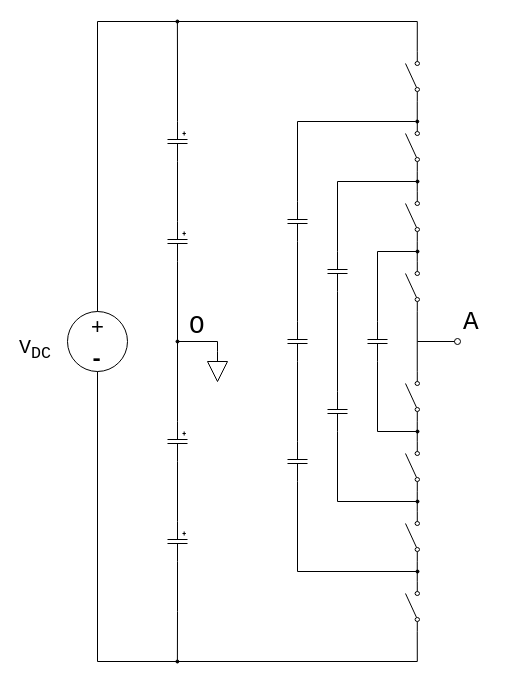
Before: DCMI.drawio in thece36/drawio, a draw.io diagram. Source tidied: cells renumbered, new cells numbered last; positions are measured from the earlier drawing's top-left corner, leaving out a move shared by most shapes. Both pictures are drawn from the tidied source at 100%, with x=0, y=0 at pixel (17, 21).
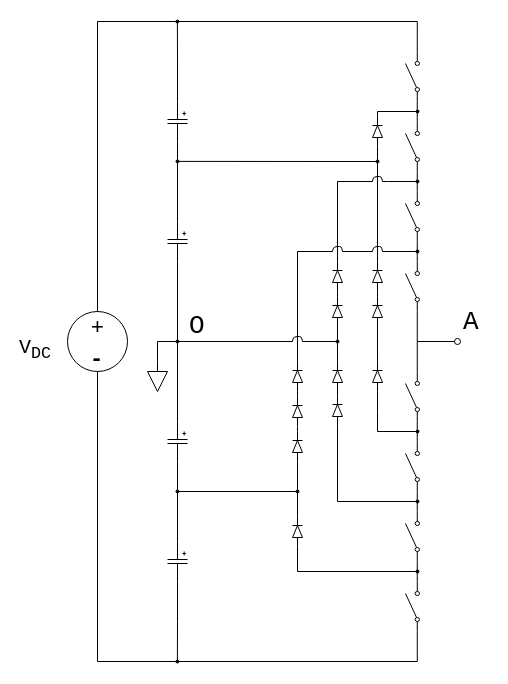
After the change.

Unchanged cells that the change refers to:
```xml
<mxCell id="9" style="verticalLabelPosition=bottom;shadow=0;dashed=0;align=center;fillColor=#ffffff;html=1;verticalAlign=top;strokeWidth=1;shape=mxgraph.electrical.electro-mechanical.simple_switch;direction=north;" parent="1" vertex="1">
  <mxGeometry x="388" y="100" width="14" height="50" as="geometry" />
</mxCell>
```

What changed in the source:
```diff
@@
     <mxCell id="23" style="verticalLabelPosition=bottom;shadow=0;dashed=0;align=center;fillColor=#ffffff;html=1;verticalAlign=top;strokeWidth=1;shape=mxgraph.electrical.capacitors.capacitor_5;direction=south;" parent="1" vertex="1">
-      <mxGeometry x="150" y="100" width="20" height="40" as="geometry" />
+      <mxGeometry x="150" y="80" width="20" height="40" as="geometry" />
     </mxCell>
@@
     <mxCell id="28" style="verticalLabelPosition=bottom;shadow=0;dashed=0;align=center;fillColor=#ffffff;html=1;verticalAlign=top;strokeWidth=1;shape=mxgraph.electrical.capacitors.capacitor_5;direction=south;" parent="1" vertex="1">
-      <mxGeometry x="150" y="500" width="20" height="40" as="geometry" />
+      <mxGeometry x="150" y="520" width="20" height="40" as="geometry" />
     </mxCell>
@@
-    <mxCell id="31" style="edgeStyle=orthogonalEdgeStyle;rounded=0;jettySize=auto;html=1;exitX=0;exitY=0.5;exitDx=0;exitDy=0;exitPerimeter=0;endArrow=oval;endFill=1;endSize=3;" parent="1" edge="1" source="33">
+    <mxCell id="31" style="edgeStyle=orthogonalEdgeStyle;rounded=0;orthogonalLoop=1;jettySize=auto;html=1;endArrow=oval;endFill=1;endSize=3;" parent="1" edge="1">
       <mxGeometry relative="1" as="geometry">
+        <mxPoint x="365" y="230" as="sourcePoint" />
         <mxPoint x="400" y="230" as="targetPoint" />
         <Array as="points">
-          <mxPoint x="360" y="230" />
+          <mxPoint x="365" y="230" />
         </Array>
       </mxGeometry>
     </mxCell>
-    <mxCell id="32" style="edgeStyle=orthogonalEdgeStyle;rounded=0;jettySize=auto;html=1;exitX=1;exitY=0.5;exitDx=0;exitDy=0;exitPerimeter=0;endArrow=oval;endFill=1;endSize=3;" parent="1" edge="1" source="33">
+    <mxCell id="32" style="edgeStyle=orthogonalEdgeStyle;rounded=0;orthogonalLoop=1;jettySize=auto;html=1;endArrow=oval;endFill=1;endSize=3;" parent="1" edge="1">
       <mxGeometry relative="1" as="geometry">
+        <mxPoint x="360" y="390" as="sourcePoint" />
         <mxPoint x="400" y="410" as="targetPoint" />
         <Array as="points">
           <mxPoint x="360" y="410" />
         </Array>
       </mxGeometry>
     </mxCell>
-    <mxCell id="33" style="verticalLabelPosition=bottom;shadow=0;dashed=0;align=center;fillColor=#ffffff;html=1;verticalAlign=top;strokeWidth=1;shape=mxgraph.electrical.capacitors.capacitor_1;direction=south;" parent="1" vertex="1">
-      <mxGeometry x="350" y="300" width="20" height="40" as="geometry" />
-    </mxCell>
@@
     <mxCell id="35" style="edgeStyle=orthogonalEdgeStyle;rounded=0;jettySize=auto;html=1;exitX=0.5;exitY=0;exitDx=0;exitDy=0;exitPerimeter=0;endArrow=oval;endFill=1;endSize=3;" parent="1" edge="1" source="36">
       <mxGeometry relative="1" as="geometry">
         <mxPoint x="160" y="320" as="targetPoint" />
         <Array as="points">
-          <mxPoint x="200" y="320" />
+          <mxPoint x="140" y="320" />
         </Array>
       </mxGeometry>
     </mxCell>
     <mxCell id="36" style="verticalLabelPosition=bottom;shadow=0;dashed=0;align=center;fillColor=#ffffff;html=1;verticalAlign=top;strokeWidth=1;shape=mxgraph.electrical.signal_sources.signal_ground;" parent="1" vertex="1">
-      <mxGeometry x="190" y="330" width="20" height="30" as="geometry" />
+      <mxGeometry x="130" y="340" width="20" height="30" as="geometry" />
     </mxCell>
-    <mxCell id="37" style="edgeStyle=orthogonalEdgeStyle;rounded=0;jettySize=auto;html=1;exitX=0;exitY=0.5;exitDx=0;exitDy=0;exitPerimeter=0;endArrow=oval;endFill=1;endSize=3;" parent="1" edge="1" source="38">
+    <mxCell id="37" style="edgeStyle=orthogonalEdgeStyle;rounded=0;orthogonalLoop=1;jettySize=auto;html=1;endArrow=oval;endFill=1;endSize=3;" parent="1" edge="1">
       <mxGeometry relative="1" as="geometry">
+        <mxPoint x="365" y="160" as="sourcePoint" />
         <mxPoint x="400" y="160" as="targetPoint" />
         <Array as="points">
-          <mxPoint x="320" y="160" />
+          <mxPoint x="370" y="160" />
         </Array>
       </mxGeometry>
     </mxCell>
-    <mxCell id="38" style="verticalLabelPosition=bottom;shadow=0;dashed=0;align=center;fillColor=#ffffff;html=1;verticalAlign=top;strokeWidth=1;shape=mxgraph.electrical.capacitors.capacitor_1;direction=south;" parent="1" vertex="1">
-      <mxGeometry x="310" y="230" width="20" height="40" as="geometry" />
-    </mxCell>
-    <mxCell id="39" style="edgeStyle=orthogonalEdgeStyle;rounded=0;jettySize=auto;html=1;exitX=1;exitY=0.5;exitDx=0;exitDy=0;exitPerimeter=0;endArrow=oval;endFill=1;endSize=3;" parent="1" edge="1" source="41">
+    <mxCell id="39" style="edgeStyle=orthogonalEdgeStyle;rounded=0;jettySize=auto;html=1;endArrow=oval;endFill=1;endSize=3;exitX=0;exitY=0.5;exitDx=0;exitDy=0;exitPerimeter=0;" parent="1" edge="1" source="70">
       <mxGeometry relative="1" as="geometry">
         <mxPoint x="400" y="480" as="targetPoint" />
         <Array as="points">
           <mxPoint x="320" y="480" />
         </Array>
       </mxGeometry>
     </mxCell>
-    <mxCell id="40" style="edgeStyle=orthogonalEdgeStyle;rounded=0;jettySize=auto;html=1;exitX=0;exitY=0.5;exitDx=0;exitDy=0;exitPerimeter=0;entryX=1;entryY=0.5;entryDx=0;entryDy=0;entryPerimeter=0;endArrow=none;endFill=0;endSize=3;" parent="1" edge="1" source="41" target="38">
-      <mxGeometry relative="1" as="geometry" />
-    </mxCell>
-    <mxCell id="41" style="verticalLabelPosition=bottom;shadow=0;dashed=0;align=center;fillColor=#ffffff;html=1;verticalAlign=top;strokeWidth=1;shape=mxgraph.electrical.capacitors.capacitor_1;direction=south;" parent="1" vertex="1">
-      <mxGeometry x="310" y="370" width="20" height="40" as="geometry" />
-    </mxCell>
-    <mxCell id="42" style="edgeStyle=orthogonalEdgeStyle;rounded=0;jettySize=auto;html=1;exitX=1;exitY=0.5;exitDx=0;exitDy=0;exitPerimeter=0;entryX=0;entryY=0.5;entryDx=0;entryDy=0;entryPerimeter=0;endArrow=none;endFill=0;endSize=3;" parent="1" edge="1" source="43" target="48">
-      <mxGeometry relative="1" as="geometry" />
-    </mxCell>
-    <mxCell id="43" style="verticalLabelPosition=bottom;shadow=0;dashed=0;align=center;fillColor=#ffffff;html=1;verticalAlign=top;strokeWidth=1;shape=mxgraph.electrical.capacitors.capacitor_1;direction=south;" parent="1" vertex="1">
-      <mxGeometry x="270" y="300" width="20" height="40" as="geometry" />
-    </mxCell>
-    <mxCell id="44" style="edgeStyle=orthogonalEdgeStyle;rounded=0;jettySize=auto;html=1;exitX=0;exitY=0.5;exitDx=0;exitDy=0;exitPerimeter=0;entryX=1;entryY=0.84;entryDx=0;entryDy=0;entryPerimeter=0;endArrow=oval;endFill=1;endSize=3;" parent="1" edge="1" source="46" target="9">
+    <mxCell id="44" style="edgeStyle=orthogonalEdgeStyle;rounded=0;jettySize=auto;html=1;endArrow=oval;endFill=1;endSize=3;exitX=1;exitY=0.5;exitDx=0;exitDy=0;exitPerimeter=0;" parent="1" edge="1" source="53">
       <mxGeometry relative="1" as="geometry">
+        <mxPoint x="400" y="90" as="targetPoint" />
         <Array as="points">
-          <mxPoint x="280" y="100" />
+          <mxPoint x="360" y="90" />
+          <mxPoint x="400" y="90" />
         </Array>
       </mxGeometry>
     </mxCell>
-    <mxCell id="45" style="edgeStyle=orthogonalEdgeStyle;rounded=0;jettySize=auto;html=1;exitX=1;exitY=0.5;exitDx=0;exitDy=0;exitPerimeter=0;entryX=0;entryY=0.5;entryDx=0;entryDy=0;entryPerimeter=0;endArrow=none;endFill=0;endSize=3;" parent="1" edge="1" source="46" target="43">
-      <mxGeometry relative="1" as="geometry" />
-    </mxCell>
-    <mxCell id="46" style="verticalLabelPosition=bottom;shadow=0;dashed=0;align=center;fillColor=#ffffff;html=1;verticalAlign=top;strokeWidth=1;shape=mxgraph.electrical.capacitors.capacitor_1;direction=south;" parent="1" vertex="1">
-      <mxGeometry x="270" y="180" width="20" height="40" as="geometry" />
-    </mxCell>
-    <mxCell id="47" style="edgeStyle=orthogonalEdgeStyle;rounded=0;jettySize=auto;html=1;exitX=1;exitY=0.5;exitDx=0;exitDy=0;exitPerimeter=0;endArrow=oval;endFill=1;endSize=3;" parent="1" edge="1" source="48">
+    <mxCell id="47" style="edgeStyle=orthogonalEdgeStyle;rounded=0;jettySize=auto;html=1;endArrow=oval;endFill=1;endSize=3;exitX=0;exitY=0.5;exitDx=0;exitDy=0;exitPerimeter=0;" parent="1" edge="1" source="81">
       <mxGeometry relative="1" as="geometry">
         <mxPoint x="400" y="550" as="targetPoint" />
         <Array as="points">
           <mxPoint x="280" y="550" />
         </Array>
       </mxGeometry>
     </mxCell>
-    <mxCell id="48" style="verticalLabelPosition=bottom;shadow=0;dashed=0;align=center;fillColor=#ffffff;html=1;verticalAlign=top;strokeWidth=1;shape=mxgraph.electrical.capacitors.capacitor_1;direction=south;" parent="1" vertex="1">
-      <mxGeometry x="270" y="420" width="20" height="40" as="geometry" />
-    </mxCell>
@@
+    <mxCell id="53" style="fillColor=#000000;verticalLabelPosition=bottom;shadow=0;dashed=0;align=center;fillColor=#ffffff;html=1;verticalAlign=top;strokeWidth=1;shape=mxgraph.electrical.diodes.diode;direction=north;" parent="1" vertex="1">
+      <mxGeometry x="355" y="95" width="10" height="30" as="geometry" />
+    </mxCell>
+    <mxCell id="54" style="endArrow=none;html=1;" parent="1" edge="1">
+      <mxGeometry relative="1" as="geometry">
+        <mxPoint x="355" y="160" as="sourcePoint" />
+        <mxPoint x="365" y="160" as="targetPoint" />
+        <Array as="points">
+          <mxPoint x="356" y="155" />
+          <mxPoint x="364" y="155" />
+        </Array>
+      </mxGeometry>
+    </mxCell>
+    <mxCell id="55" style="edgeStyle=orthogonalEdgeStyle;rounded=0;jettySize=auto;html=1;exitX=1;exitY=0.5;exitDx=0;exitDy=0;exitPerimeter=0;endArrow=none;endFill=0;entryX=0;entryY=0.5;entryDx=0;entryDy=0;entryPerimeter=0;" parent="1" edge="1" source="56" target="53">
+      <mxGeometry relative="1" as="geometry" />
+    </mxCell>
+    <mxCell id="56" style="fillColor=#000000;verticalLabelPosition=bottom;shadow=0;dashed=0;align=center;fillColor=#ffffff;html=1;verticalAlign=top;strokeWidth=1;shape=mxgraph.electrical.diodes.diode;direction=north;" parent="1" vertex="1">
+      <mxGeometry x="355" y="240" width="10" height="30" as="geometry" />
+    </mxCell>
+    <mxCell id="57" style="edgeStyle=orthogonalEdgeStyle;rounded=0;jettySize=auto;html=1;exitX=1;exitY=0.5;exitDx=0;exitDy=0;exitPerimeter=0;entryX=0;entryY=0.5;entryDx=0;entryDy=0;entryPerimeter=0;endArrow=none;endFill=0;" parent="1" edge="1" target="56">
+      <mxGeometry relative="1" as="geometry">
+        <mxPoint x="360" y="275" as="sourcePoint" />
+      </mxGeometry>
+    </mxCell>
+    <mxCell id="58" style="fillColor=#000000;verticalLabelPosition=bottom;shadow=0;dashed=0;align=center;fillColor=#ffffff;html=1;verticalAlign=top;strokeWidth=1;shape=mxgraph.electrical.diodes.diode;direction=north;" parent="1" vertex="1">
+      <mxGeometry x="355" y="275" width="10" height="30" as="geometry" />
+    </mxCell>
+    <mxCell id="59" style="edgeStyle=orthogonalEdgeStyle;rounded=0;jettySize=auto;html=1;exitX=0;exitY=0.5;exitDx=0;exitDy=0;exitPerimeter=0;endArrow=none;endFill=0;" parent="1" edge="1" source="61">
+      <mxGeometry relative="1" as="geometry">
+        <mxPoint x="360" y="390" as="targetPoint" />
+      </mxGeometry>
+    </mxCell>
+    <mxCell id="60" style="edgeStyle=orthogonalEdgeStyle;rounded=0;jettySize=auto;html=1;exitX=1;exitY=0.5;exitDx=0;exitDy=0;exitPerimeter=0;entryX=0.033;entryY=0.498;entryDx=0;entryDy=0;entryPerimeter=0;endArrow=none;endFill=0;" parent="1" edge="1" source="61" target="58">
+      <mxGeometry relative="1" as="geometry" />
+    </mxCell>
+    <mxCell id="61" style="fillColor=#000000;verticalLabelPosition=bottom;shadow=0;dashed=0;align=center;fillColor=#ffffff;html=1;verticalAlign=top;strokeWidth=1;shape=mxgraph.electrical.diodes.diode;direction=north;" parent="1" vertex="1">
+      <mxGeometry x="355" y="340" width="10" height="30" as="geometry" />
+    </mxCell>
+    <mxCell id="62" style="endArrow=none;html=1;" parent="1" edge="1">
+      <mxGeometry relative="1" as="geometry">
+        <mxPoint x="355" y="230" as="sourcePoint" />
+        <mxPoint x="365" y="230" as="targetPoint" />
+        <Array as="points">
+          <mxPoint x="356" y="225" />
+          <mxPoint x="364" y="225" />
+        </Array>
+      </mxGeometry>
+    </mxCell>
+    <mxCell id="63" style="edgeStyle=orthogonalEdgeStyle;rounded=0;jettySize=auto;html=1;exitX=1;exitY=0.5;exitDx=0;exitDy=0;exitPerimeter=0;endArrow=none;endFill=0;endSize=3;" parent="1" edge="1" source="64">
+      <mxGeometry relative="1" as="geometry">
+        <mxPoint x="355" y="160" as="targetPoint" />
+        <Array as="points">
+          <mxPoint x="320" y="160" />
+        </Array>
+      </mxGeometry>
+    </mxCell>
+    <mxCell id="64" style="fillColor=#000000;verticalLabelPosition=bottom;shadow=0;dashed=0;align=center;fillColor=#ffffff;html=1;verticalAlign=top;strokeWidth=1;shape=mxgraph.electrical.diodes.diode;direction=north;" parent="1" vertex="1">
+      <mxGeometry x="315" y="240" width="10" height="30" as="geometry" />
+    </mxCell>
+    <mxCell id="65" style="edgeStyle=orthogonalEdgeStyle;rounded=0;jettySize=auto;html=1;exitX=1;exitY=0.5;exitDx=0;exitDy=0;exitPerimeter=0;entryX=0;entryY=0.5;entryDx=0;entryDy=0;entryPerimeter=0;endArrow=none;endFill=0;" parent="1" edge="1" source="66" target="64">
+      <mxGeometry relative="1" as="geometry" />
+    </mxCell>
+    <mxCell id="66" style="fillColor=#000000;verticalLabelPosition=bottom;shadow=0;dashed=0;align=center;fillColor=#ffffff;html=1;verticalAlign=top;strokeWidth=1;shape=mxgraph.electrical.diodes.diode;direction=north;" parent="1" vertex="1">
+      <mxGeometry x="315" y="275" width="10" height="30" as="geometry" />
+    </mxCell>
+    <mxCell id="67" style="edgeStyle=orthogonalEdgeStyle;rounded=0;jettySize=auto;html=1;exitX=1;exitY=0.5;exitDx=0;exitDy=0;exitPerimeter=0;entryX=0.033;entryY=0.498;entryDx=0;entryDy=0;entryPerimeter=0;endArrow=none;endFill=0;" parent="1" edge="1" source="68" target="66">
+      <mxGeometry relative="1" as="geometry" />
+    </mxCell>
+    <mxCell id="68" style="fillColor=#000000;verticalLabelPosition=bottom;shadow=0;dashed=0;align=center;fillColor=#ffffff;html=1;verticalAlign=top;strokeWidth=1;shape=mxgraph.electrical.diodes.diode;direction=north;" parent="1" vertex="1">
+      <mxGeometry x="315" y="340" width="10" height="30" as="geometry" />
+    </mxCell>
+    <mxCell id="69" style="edgeStyle=orthogonalEdgeStyle;rounded=0;jettySize=auto;html=1;exitX=1;exitY=0.5;exitDx=0;exitDy=0;exitPerimeter=0;entryX=0;entryY=0.5;entryDx=0;entryDy=0;entryPerimeter=0;endArrow=none;endFill=0;" parent="1" edge="1" source="70">
+      <mxGeometry relative="1" as="geometry">
+        <mxPoint x="320" y="369" as="targetPoint" />
+      </mxGeometry>
+    </mxCell>
+    <mxCell id="70" style="fillColor=#000000;verticalLabelPosition=bottom;shadow=0;dashed=0;align=center;fillColor=#ffffff;html=1;verticalAlign=top;strokeWidth=1;shape=mxgraph.electrical.diodes.diode;direction=north;" parent="1" vertex="1">
+      <mxGeometry x="315" y="374" width="10" height="30" as="geometry" />
+    </mxCell>
+    <mxCell id="71" style="endArrow=oval;html=1;endFill=1;endSize=3;" parent="1" edge="1">
+      <mxGeometry relative="1" as="geometry">
+        <mxPoint x="285" y="320" as="sourcePoint" />
+        <mxPoint x="320" y="320" as="targetPoint" />
+      </mxGeometry>
+    </mxCell>
+    <mxCell id="72" style="edgeStyle=orthogonalEdgeStyle;rounded=0;jettySize=auto;html=1;exitX=1;exitY=0.5;exitDx=0;exitDy=0;exitPerimeter=0;endArrow=none;endFill=0;endSize=3;" parent="1" edge="1" source="73">
+      <mxGeometry relative="1" as="geometry">
+        <mxPoint x="315" y="230" as="targetPoint" />
+        <Array as="points">
+          <mxPoint x="280" y="230" />
+        </Array>
+      </mxGeometry>
+    </mxCell>
+    <mxCell id="73" style="fillColor=#000000;verticalLabelPosition=bottom;shadow=0;dashed=0;align=center;fillColor=#ffffff;html=1;verticalAlign=top;strokeWidth=1;shape=mxgraph.electrical.diodes.diode;direction=north;" parent="1" vertex="1">
+      <mxGeometry x="275" y="340" width="10" height="30" as="geometry" />
+    </mxCell>
+    <mxCell id="74" style="edgeStyle=orthogonalEdgeStyle;rounded=0;jettySize=auto;html=1;exitX=1;exitY=0.5;exitDx=0;exitDy=0;exitPerimeter=0;entryX=0;entryY=0.5;entryDx=0;entryDy=0;entryPerimeter=0;endArrow=none;endFill=0;" parent="1" edge="1" source="75" target="73">
+      <mxGeometry relative="1" as="geometry" />
+    </mxCell>
+    <mxCell id="75" style="fillColor=#000000;verticalLabelPosition=bottom;shadow=0;dashed=0;align=center;fillColor=#ffffff;html=1;verticalAlign=top;strokeWidth=1;shape=mxgraph.electrical.diodes.diode;direction=north;" parent="1" vertex="1">
+      <mxGeometry x="275" y="375" width="10" height="30" as="geometry" />
+    </mxCell>
+    <mxCell id="76" style="edgeStyle=orthogonalEdgeStyle;rounded=0;jettySize=auto;html=1;exitX=1;exitY=0.5;exitDx=0;exitDy=0;exitPerimeter=0;entryX=0;entryY=0.5;entryDx=0;entryDy=0;entryPerimeter=0;endArrow=none;endFill=0;endSize=3;" parent="1" edge="1" source="77" target="75">
+      <mxGeometry relative="1" as="geometry" />
+    </mxCell>
+    <mxCell id="77" style="fillColor=#000000;verticalLabelPosition=bottom;shadow=0;dashed=0;align=center;fillColor=#ffffff;html=1;verticalAlign=top;strokeWidth=1;shape=mxgraph.electrical.diodes.diode;direction=north;" parent="1" vertex="1">
+      <mxGeometry x="275" y="410" width="10" height="30" as="geometry" />
+    </mxCell>
+    <mxCell id="78" style="endArrow=none;html=1;" parent="1" edge="1">
+      <mxGeometry relative="1" as="geometry">
+        <mxPoint x="315" y="230" as="sourcePoint" />
+        <mxPoint x="325" y="230" as="targetPoint" />
+        <Array as="points">
+          <mxPoint x="316" y="225" />
+          <mxPoint x="324" y="225" />
+        </Array>
+      </mxGeometry>
+    </mxCell>
+    <mxCell id="79" style="endArrow=none;html=1;" parent="1" edge="1">
+      <mxGeometry relative="1" as="geometry">
+        <mxPoint x="325" y="230" as="sourcePoint" />
+        <mxPoint x="355" y="230" as="targetPoint" />
+      </mxGeometry>
+    </mxCell>
+    <mxCell id="80" style="edgeStyle=orthogonalEdgeStyle;rounded=0;jettySize=auto;html=1;exitX=1;exitY=0.5;exitDx=0;exitDy=0;exitPerimeter=0;entryX=0;entryY=0.5;entryDx=0;entryDy=0;entryPerimeter=0;endArrow=none;endFill=0;endSize=3;" parent="1" edge="1" source="81" target="77">
+      <mxGeometry relative="1" as="geometry" />
+    </mxCell>
+    <mxCell id="81" style="fillColor=#000000;verticalLabelPosition=bottom;shadow=0;dashed=0;align=center;fillColor=#ffffff;html=1;verticalAlign=top;strokeWidth=1;shape=mxgraph.electrical.diodes.diode;direction=north;" parent="1" vertex="1">
+      <mxGeometry x="275" y="495" width="10" height="30" as="geometry" />
+    </mxCell>
+    <mxCell id="82" style="endArrow=oval;html=1;startArrow=oval;startFill=1;endFill=1;endSize=3;startSize=3;" parent="1" edge="1">
+      <mxGeometry relative="1" as="geometry">
+        <mxPoint x="160" y="470" as="sourcePoint" />
+        <mxPoint x="280" y="470" as="targetPoint" />
+      </mxGeometry>
+    </mxCell>
+    <mxCell id="83" style="endArrow=oval;html=1;startArrow=oval;startFill=1;endFill=1;endSize=3;startSize=3;" parent="1" edge="1">
+      <mxGeometry relative="1" as="geometry">
+        <mxPoint x="160" y="139.9" as="sourcePoint" />
+        <mxPoint x="360" y="140" as="targetPoint" />
+      </mxGeometry>
+    </mxCell>
+    <mxCell id="84" style="endArrow=none;html=1;" parent="1" edge="1">
+      <mxGeometry relative="1" as="geometry">
+        <mxPoint x="275" y="320" as="sourcePoint" />
+        <mxPoint x="285" y="320" as="targetPoint" />
+        <Array as="points">
+          <mxPoint x="276" y="315" />
+          <mxPoint x="284" y="315" />
+        </Array>
+      </mxGeometry>
+    </mxCell>
+    <mxCell id="85" style="endArrow=none;html=1;" parent="1" edge="1">
+      <mxGeometry relative="1" as="geometry">
+        <mxPoint x="160" y="320" as="sourcePoint" />
+        <mxPoint x="275" y="320" as="targetPoint" />
+      </mxGeometry>
+    </mxCell>
```
